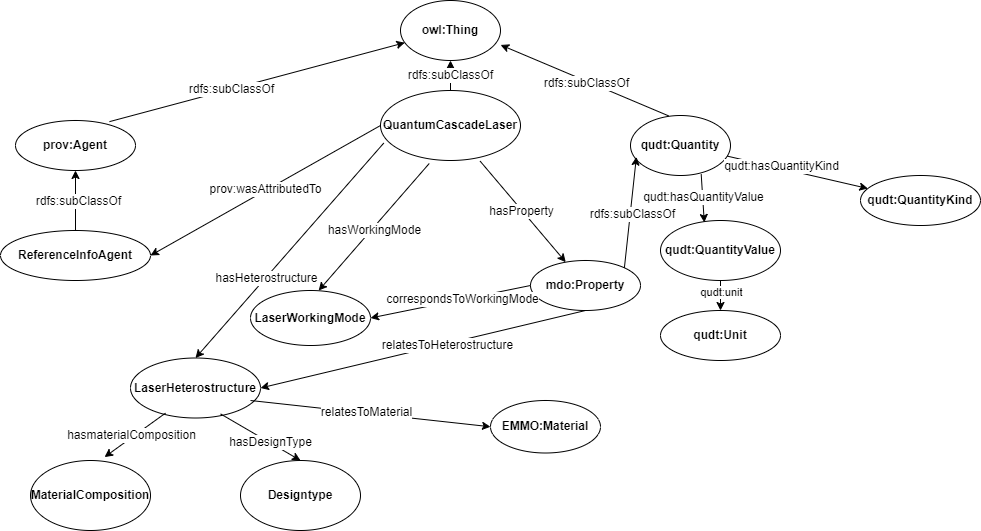
DeperiasKerre/qcl_Onto keeps this draw.io diagram as Figures/ontology_v1.png. Above is the earlier version. Source tidied: cells renumbered, new cells last; positions are measured from the earlier drawing's top-left corner, leaving out a move shared by most shapes.
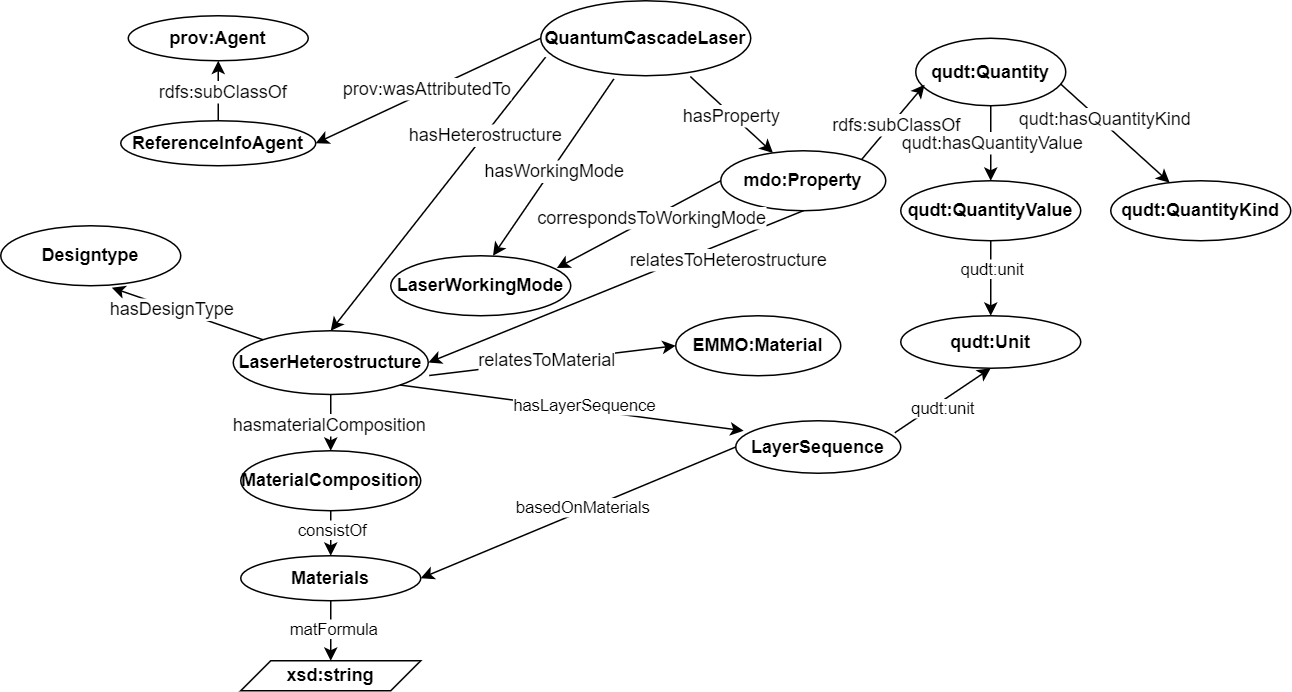
After the commit.

Change to the diagram source:
```diff
@@ -2,38 +2,17 @@
   <root>
     <mxCell id="0" />
     <mxCell id="1" parent="0" />
-    <mxCell id="2" value="&lt;b&gt;&lt;font style=&quot;font-size: 12px;&quot;&gt;owl:Thing&lt;/font&gt;&lt;/b&gt;" style="ellipse;whiteSpace=wrap;html=1;" parent="1" vertex="1">
-      <mxGeometry x="400" width="100" height="60" as="geometry" />
-    </mxCell>
     <mxCell id="3" value="&lt;b&gt;&lt;font style=&quot;font-size: 12px;&quot;&gt;QuantumCascadeLaser&lt;/font&gt;&lt;/b&gt;" style="ellipse;whiteSpace=wrap;html=1;" parent="1" vertex="1">
-      <mxGeometry x="380" y="90" width="140" height="70" as="geometry" />
+      <mxGeometry x="380" y="90" width="140" height="50" as="geometry" />
     </mxCell>
     <mxCell id="4" value="&lt;b&gt;&lt;font style=&quot;font-size: 12px;&quot;&gt;prov:Agent&lt;/font&gt;&lt;/b&gt;" style="ellipse;whiteSpace=wrap;html=1;" parent="1" vertex="1">
-      <mxGeometry x="15" y="120" width="120" height="50" as="geometry" />
+      <mxGeometry x="105" y="100" width="120" height="30" as="geometry" />
     </mxCell>
     <mxCell id="5" value="&lt;b&gt;&lt;font style=&quot;font-size: 12px;&quot;&gt;qudt:Quantity&lt;/font&gt;&lt;/b&gt;" style="ellipse;whiteSpace=wrap;html=1;" parent="1" vertex="1">
-      <mxGeometry x="630" y="115" width="100" height="60" as="geometry" />
+      <mxGeometry x="630" y="115" width="100" height="45" as="geometry" />
     </mxCell>
-    <mxCell id="6" style="endArrow=classic;html=1;rounded=0;exitX=0.783;exitY=0.023;exitDx=0;exitDy=0;exitPerimeter=0;" parent="1" edge="1" source="4" target="2">
-      <mxGeometry relative="1" as="geometry" />
-    </mxCell>
-    <mxCell id="7" value="&lt;font style=&quot;font-size: 12px;&quot;&gt;rdfs:subClassOf&lt;/font&gt;" style="edgeLabel;html=1;align=center;verticalAlign=middle;" parent="6" vertex="1">
-      <mxGeometry x="-0.17" relative="1" as="geometry" />
-    </mxCell>
-    <mxCell id="8" style="endArrow=classic;html=1;rounded=0;entryX=0.5;entryY=1;entryDx=0;entryDy=0;exitX=0.5;exitY=0;exitDx=0;exitDy=0;" parent="1" edge="1" source="3" target="2">
-      <mxGeometry relative="1" as="geometry" />
-    </mxCell>
-    <mxCell id="9" value="&lt;font style=&quot;font-size: 12px;&quot;&gt;rdfs:subClassOf&lt;/font&gt;" style="edgeLabel;html=1;align=center;verticalAlign=middle;" parent="8" vertex="1">
-      <mxGeometry x="0.09" y="1" relative="1" as="geometry" />
-    </mxCell>
-    <mxCell id="10" style="endArrow=classic;html=1;rounded=0;entryX=1.001;entryY=0.741;entryDx=0;entryDy=0;entryPerimeter=0;exitX=0.381;exitY=0.006;exitDx=0;exitDy=0;exitPerimeter=0;" parent="1" edge="1" source="5" target="2">
-      <mxGeometry relative="1" as="geometry" />
-    </mxCell>
-    <mxCell id="11" value="&lt;font style=&quot;font-size: 12px;&quot;&gt;rdfs:subClassOf&lt;/font&gt;" style="edgeLabel;html=1;align=center;verticalAlign=middle;" parent="10" vertex="1">
-      <mxGeometry x="-0.03" y="2" relative="1" as="geometry" />
-    </mxCell>
     <mxCell id="12" value="&lt;b&gt;mdo:Property&lt;/b&gt;" style="ellipse;whiteSpace=wrap;html=1;" parent="1" vertex="1">
-      <mxGeometry x="530" y="260" width="110" height="50" as="geometry" />
+      <mxGeometry x="500" y="190" width="110" height="40" as="geometry" />
     </mxCell>
     <mxCell id="13" style="endArrow=classic;html=1;rounded=0;exitX=0.712;exitY=1.01;exitDx=0;exitDy=0;exitPerimeter=0;" parent="1" edge="1" source="3" target="12">
       <mxGeometry relative="1" as="geometry" />
@@ -48,16 +27,18 @@
       <mxGeometry x="-0.03" y="-2" relative="1" as="geometry" />
     </mxCell>
     <mxCell id="17" value="&lt;b&gt;qudt:QuantityKind&lt;/b&gt;" style="ellipse;whiteSpace=wrap;html=1;" parent="1" vertex="1">
-      <mxGeometry x="860" y="175" width="120" height="50" as="geometry" />
+      <mxGeometry x="760" y="210" width="120" height="40" as="geometry" />
     </mxCell>
     <mxCell id="18" value="&lt;b&gt;qudt:QuantityValue&lt;/b&gt;" style="ellipse;whiteSpace=wrap;html=1;" parent="1" vertex="1">
-      <mxGeometry x="660" y="220" width="120" height="60" as="geometry" />
+      <mxGeometry x="620" y="210" width="120" height="40" as="geometry" />
     </mxCell>
     <mxCell id="19" value="&lt;b&gt;qudt:Unit&lt;/b&gt;" style="ellipse;whiteSpace=wrap;html=1;" parent="1" vertex="1">
-      <mxGeometry x="660" y="310" width="120" height="50" as="geometry" />
+      <mxGeometry x="620" y="300" width="120" height="35" as="geometry" />
     </mxCell>
-    <mxCell id="20" style="endArrow=classic;html=1;rounded=0;entryX=0.365;entryY=0.033;entryDx=0;entryDy=0;exitX=0.707;exitY=0.979;exitDx=0;exitDy=0;exitPerimeter=0;entryPerimeter=0;" parent="1" edge="1" source="5" target="18">
-      <mxGeometry relative="1" as="geometry" />
+    <mxCell id="20" style="endArrow=classic;html=1;rounded=0;exitX=0.5;exitY=1;exitDx=0;exitDy=0;" parent="1" edge="1" source="5">
+      <mxGeometry relative="1" as="geometry">
+        <mxPoint x="680" y="210" as="targetPoint" />
+      </mxGeometry>
     </mxCell>
     <mxCell id="21" value="&lt;font style=&quot;font-size: 12px;&quot;&gt;qudt:hasQuantityValue&lt;/font&gt;" style="edgeLabel;html=1;align=center;verticalAlign=middle;" parent="20" vertex="1">
       <mxGeometry x="-0.04" relative="1" as="geometry" />
@@ -75,7 +56,7 @@
       <mxGeometry x="-0.28" relative="1" as="geometry" />
     </mxCell>
     <mxCell id="26" value="&lt;font style=&quot;font-size: 12px;&quot;&gt;&lt;b&gt;ReferenceInfoAgent&lt;/b&gt;&lt;/font&gt;" style="ellipse;whiteSpace=wrap;html=1;" parent="1" vertex="1">
-      <mxGeometry y="230" width="150" height="50" as="geometry" />
+      <mxGeometry x="100" y="170" width="130" height="30" as="geometry" />
     </mxCell>
     <mxCell id="27" style="endArrow=classic;html=1;rounded=0;exitX=0.5;exitY=0;exitDx=0;exitDy=0;entryX=0.5;entryY=1;entryDx=0;entryDy=0;" parent="1" edge="1" source="26" target="4">
       <mxGeometry relative="1" as="geometry" />
@@ -84,10 +65,10 @@
       <mxGeometry x="-0.02" y="-2" relative="1" as="geometry" />
     </mxCell>
     <mxCell id="29" value="&lt;b&gt;LaserHeterostructure&lt;/b&gt;" style="ellipse;whiteSpace=wrap;html=1;" parent="1" vertex="1">
-      <mxGeometry x="130" y="357.5" width="130" height="60" as="geometry" />
+      <mxGeometry x="175" y="310" width="130" height="42.5" as="geometry" />
     </mxCell>
     <mxCell id="30" value="&lt;b&gt;LaserWorkingMode&lt;/b&gt;" style="ellipse;whiteSpace=wrap;html=1;" parent="1" vertex="1">
-      <mxGeometry x="250" y="290" width="120" height="55" as="geometry" />
+      <mxGeometry x="280" y="260" width="120" height="40" as="geometry" />
     </mxCell>
     <mxCell id="31" style="endArrow=classic;html=1;rounded=0;exitX=0.348;exitY=1.043;exitDx=0;exitDy=0;exitPerimeter=0;entryX=0.568;entryY=0.001;entryDx=0;entryDy=0;entryPerimeter=0;" parent="1" edge="1" source="3" target="30">
       <mxGeometry relative="1" as="geometry" />
@@ -101,21 +82,23 @@
       <mxGeometry relative="1" as="geometry" />
     </mxCell>
     <mxCell id="34" value="&lt;font style=&quot;font-size: 12px;&quot;&gt;hasHeterostructure&lt;/font&gt;" style="edgeLabel;html=1;align=center;verticalAlign=middle;" parent="33" vertex="1">
-      <mxGeometry x="0.25" relative="1" as="geometry" />
+      <mxGeometry x="0.25" relative="1" as="geometry">
+        <mxPoint x="49" y="-62" as="offset" />
+      </mxGeometry>
     </mxCell>
     <mxCell id="35" value="&lt;b&gt;MaterialComposition&lt;/b&gt;" style="ellipse;whiteSpace=wrap;html=1;" parent="1" vertex="1">
-      <mxGeometry x="30" y="460" width="120" height="70" as="geometry" />
+      <mxGeometry x="180" y="390" width="120" height="40" as="geometry" />
     </mxCell>
     <mxCell id="36" value="&lt;b&gt;Designtype&lt;/b&gt;" style="ellipse;whiteSpace=wrap;html=1;" parent="1" vertex="1">
-      <mxGeometry x="240" y="460" width="120" height="70" as="geometry" />
+      <mxGeometry x="20" y="240" width="120" height="40" as="geometry" />
     </mxCell>
-    <mxCell id="37" style="endArrow=classic;html=1;rounded=0;exitX=0.269;exitY=0.919;exitDx=0;exitDy=0;exitPerimeter=0;entryX=0.617;entryY=-0.049;entryDx=0;entryDy=0;entryPerimeter=0;" parent="1" edge="1" source="29" target="35">
+    <mxCell id="37" style="endArrow=classic;html=1;rounded=0;exitX=0.5;exitY=1;exitDx=0;exitDy=0;entryX=0.5;entryY=0;entryDx=0;entryDy=0;" parent="1" edge="1" source="29" target="35">
       <mxGeometry relative="1" as="geometry" />
     </mxCell>
     <mxCell id="38" value="&lt;font style=&quot;font-size: 12px;&quot;&gt;hasmaterialComposition&lt;/font&gt;" style="edgeLabel;html=1;align=center;verticalAlign=middle;" parent="37" vertex="1">
       <mxGeometry x="0.08" y="-2" relative="1" as="geometry" />
     </mxCell>
-    <mxCell id="39" style="endArrow=classic;html=1;rounded=0;exitX=0.693;exitY=0.932;exitDx=0;exitDy=0;exitPerimeter=0;entryX=0.5;entryY=0;entryDx=0;entryDy=0;" parent="1" edge="1" source="29" target="36">
+    <mxCell id="39" style="endArrow=classic;html=1;rounded=0;entryX=0.617;entryY=1.033;entryDx=0;entryDy=0;entryPerimeter=0;" parent="1" edge="1" source="29" target="36">
       <mxGeometry relative="1" as="geometry" />
     </mxCell>
     <mxCell id="40" value="&lt;font style=&quot;font-size: 12px;&quot;&gt;hasDesignType&lt;/font&gt;" style="edgeLabel;html=1;align=center;verticalAlign=middle;" parent="39" vertex="1">
@@ -126,10 +109,10 @@
     </mxCell>
     <mxCell id="42" value="&lt;font style=&quot;font-size: 12px;&quot;&gt;relatesToHeterostructure&lt;/font&gt;" style="edgeLabel;html=1;align=center;verticalAlign=middle;" parent="41" vertex="1">
       <mxGeometry x="-0.14" y="1" relative="1" as="geometry">
-        <mxPoint x="1" as="offset" />
+        <mxPoint x="57" y="-12" as="offset" />
       </mxGeometry>
     </mxCell>
-    <mxCell id="43" style="endArrow=classic;html=1;rounded=0;entryX=1;entryY=0.5;entryDx=0;entryDy=0;exitX=0;exitY=0.5;exitDx=0;exitDy=0;" parent="1" edge="1" source="12" target="30">
+    <mxCell id="43" style="endArrow=classic;html=1;rounded=0;entryX=0.922;entryY=0.206;entryDx=0;entryDy=0;exitX=0;exitY=0.5;exitDx=0;exitDy=0;entryPerimeter=0;" parent="1" edge="1" source="12" target="30">
       <mxGeometry relative="1" as="geometry" />
     </mxCell>
     <mxCell id="44" value="&lt;font style=&quot;font-size: 12px;&quot;&gt;correspondsToWorkingMode&lt;/font&gt;" style="edgeLabel;html=1;align=center;verticalAlign=middle;" parent="43" vertex="1">
@@ -142,15 +125,52 @@
       <mxGeometry y="-2" relative="1" as="geometry" />
     </mxCell>
     <mxCell id="47" value="&lt;b&gt;EMMO:Material&lt;/b&gt;" style="ellipse;whiteSpace=wrap;html=1;" parent="1" vertex="1">
-      <mxGeometry x="490" y="400" width="110" height="52.5" as="geometry" />
+      <mxGeometry x="470" y="300" width="110" height="40" as="geometry" />
     </mxCell>
-    <mxCell id="48" style="endArrow=classic;html=1;rounded=0;entryX=0;entryY=0.5;entryDx=0;entryDy=0;" parent="1" edge="1" target="47">
-      <mxGeometry relative="1" as="geometry">
-        <mxPoint x="250" y="400" as="sourcePoint" />
-      </mxGeometry>
+    <mxCell id="48" style="endArrow=classic;html=1;rounded=0;entryX=0;entryY=0.5;entryDx=0;entryDy=0;exitX=1.005;exitY=0.702;exitDx=0;exitDy=0;exitPerimeter=0;" parent="1" edge="1" source="29" target="47">
+      <mxGeometry relative="1" as="geometry" />
     </mxCell>
     <mxCell id="49" value="&lt;font style=&quot;font-size: 12px;&quot;&gt;relatesToMaterial&lt;/font&gt;" style="edgeLabel;html=1;align=center;verticalAlign=middle;" parent="48" vertex="1">
       <mxGeometry x="-0.04" y="1" relative="1" as="geometry" />
     </mxCell>
+    <mxCell id="50" value="&lt;b&gt;LayerSequence&lt;/b&gt;" style="ellipse;whiteSpace=wrap;html=1;" parent="1" vertex="1">
+      <mxGeometry x="510" y="370" width="110" height="35" as="geometry" />
+    </mxCell>
+    <mxCell id="51" style="endArrow=classic;html=1;rounded=0;exitX=1;exitY=1;exitDx=0;exitDy=0;entryX=0.048;entryY=0.19;entryDx=0;entryDy=0;entryPerimeter=0;" parent="1" edge="1" source="29" target="50">
+      <mxGeometry relative="1" as="geometry" />
+    </mxCell>
+    <mxCell id="52" value="hasLayerSequence" style="edgeLabel;html=1;align=center;verticalAlign=middle;" parent="51" vertex="1">
+      <mxGeometry x="0.07" y="3" relative="1" as="geometry" />
+    </mxCell>
+    <mxCell id="53" style="endArrow=classic;html=1;rounded=0;entryX=1;entryY=0.5;entryDx=0;entryDy=0;exitX=0;exitY=0.5;exitDx=0;exitDy=0;" parent="1" edge="1" source="50" target="57">
+      <mxGeometry relative="1" as="geometry" />
+    </mxCell>
+    <mxCell id="54" value="basedOnMaterials" style="edgeLabel;html=1;align=center;verticalAlign=middle;" parent="53" vertex="1">
+      <mxGeometry x="-0.04" y="-2" relative="1" as="geometry" />
+    </mxCell>
+    <mxCell id="55" style="endArrow=classic;html=1;rounded=0;entryX=0.5;entryY=1;entryDx=0;entryDy=0;exitX=0.964;exitY=0.229;exitDx=0;exitDy=0;exitPerimeter=0;" parent="1" edge="1" source="50" target="19">
+      <mxGeometry relative="1" as="geometry" />
+    </mxCell>
+    <mxCell id="56" value="qudt:unit" style="edgeLabel;html=1;align=center;verticalAlign=middle;" parent="55" vertex="1">
+      <mxGeometry x="-0.09" y="-4" relative="1" as="geometry" />
+    </mxCell>
+    <mxCell id="57" value="&lt;b&gt;Materials&lt;/b&gt;" style="ellipse;whiteSpace=wrap;html=1;" parent="1" vertex="1">
+      <mxGeometry x="180" y="460" width="120" height="30" as="geometry" />
+    </mxCell>
+    <mxCell id="58" value="&lt;b&gt;xsd:string&lt;/b&gt;" style="shape=parallelogram;perimeter=parallelogramPerimeter;whiteSpace=wrap;html=1;fixedSize=1;" parent="1" vertex="1">
+      <mxGeometry x="180" y="530" width="120" height="20" as="geometry" />
+    </mxCell>
+    <mxCell id="59" style="endArrow=classic;html=1;rounded=0;exitX=0.5;exitY=1;exitDx=0;exitDy=0;entryX=0.5;entryY=0;entryDx=0;entryDy=0;" parent="1" edge="1" source="35" target="57">
+      <mxGeometry relative="1" as="geometry" />
+    </mxCell>
+    <mxCell id="60" value="consistOf" style="edgeLabel;html=1;align=center;verticalAlign=middle;" parent="59" vertex="1">
+      <mxGeometry x="-0.22" relative="1" as="geometry" />
+    </mxCell>
+    <mxCell id="61" style="endArrow=classic;html=1;rounded=0;exitX=0.5;exitY=1;exitDx=0;exitDy=0;entryX=0.5;entryY=0;entryDx=0;entryDy=0;" parent="1" edge="1" source="57" target="58">
+      <mxGeometry relative="1" as="geometry" />
+    </mxCell>
+    <mxCell id="62" value="matFormula" style="edgeLabel;html=1;align=center;verticalAlign=middle;" parent="61" vertex="1">
+      <mxGeometry x="-0.12" y="1" relative="1" as="geometry" />
+    </mxCell>
   </root>
 </mxGraphModel>
```
